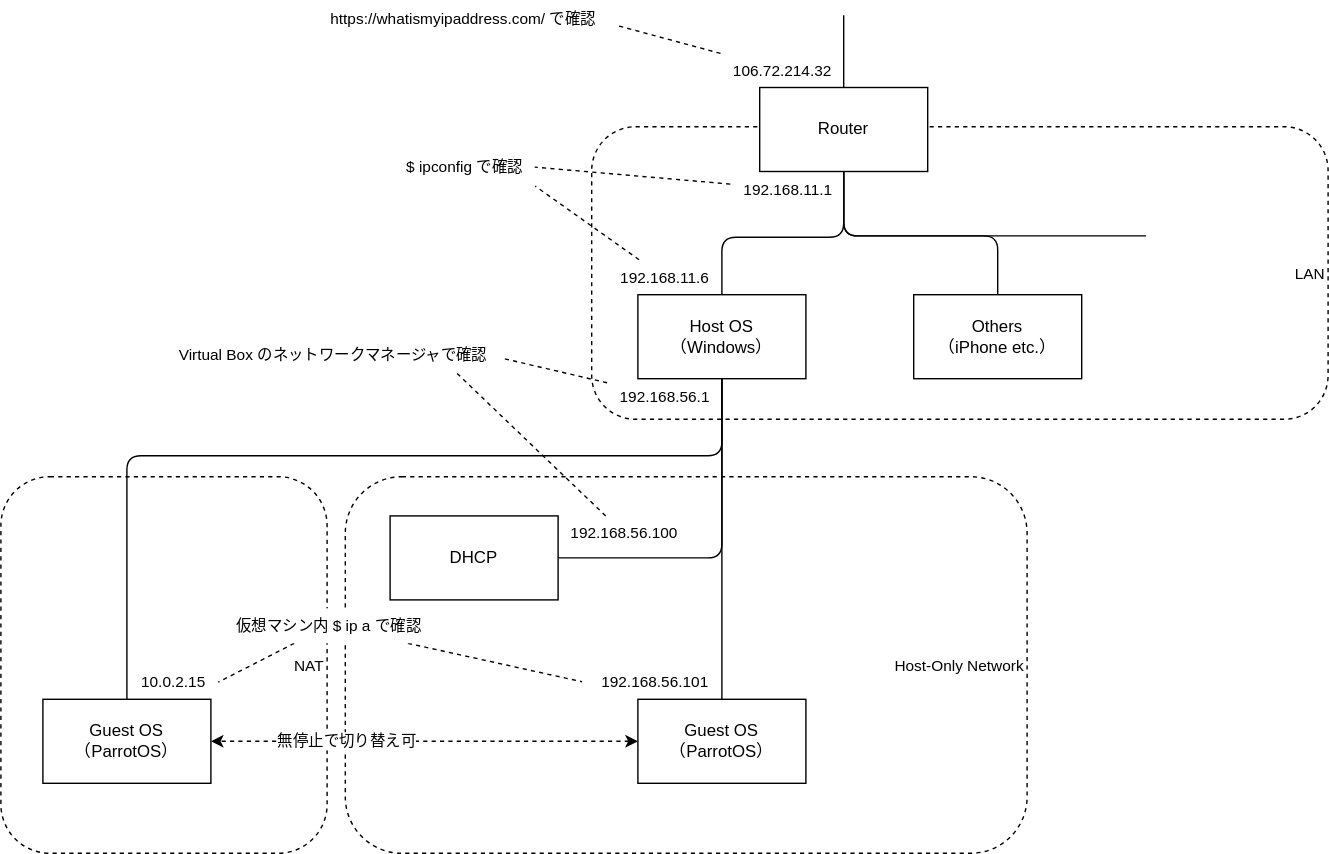
Earlier version of the draw.io export diagrams/network-of-hacking-lab.drawio.svg (SOUSUKEKUROSAWA/drawio). Source tidied: cells renumbered, new cells last; positions are measured from the earlier drawing's top-left corner, leaving out a move shared by most shapes. The source it was exported from:
```xml
<mxGraphModel>
  <root>
    <mxCell id="0" />
    <mxCell id="1" parent="0" />
    <mxCell id="2" value="NAT&amp;nbsp;" style="rounded=1;whiteSpace=wrap;html=1;fontSize=11;fontColor=#000000;fillColor=none;dashed=1;align=right;" parent="1" vertex="1">
      <mxGeometry y="340" width="233" height="269" as="geometry" />
    </mxCell>
    <mxCell id="3" value="Host-Only Network&amp;nbsp;" style="rounded=1;whiteSpace=wrap;html=1;fontSize=11;fontColor=#000000;fillColor=none;dashed=1;align=right;" parent="1" vertex="1">
      <mxGeometry x="246" y="340" width="487" height="269" as="geometry" />
    </mxCell>
    <mxCell id="4" value="LAN&amp;nbsp;" style="rounded=1;whiteSpace=wrap;html=1;fontSize=11;fontColor=#000000;fillColor=none;dashed=1;align=right;" parent="1" vertex="1">
      <mxGeometry x="422" y="90" width="526" height="209" as="geometry" />
    </mxCell>
    <mxCell id="5" style="edgeStyle=none;html=1;endArrow=none;endFill=0;" parent="1" edge="1" source="9">
      <mxGeometry relative="1" as="geometry">
        <mxPoint x="602" y="10.4" as="targetPoint" />
      </mxGeometry>
    </mxCell>
    <mxCell id="6" style="edgeStyle=none;html=1;entryX=0.5;entryY=0;entryDx=0;entryDy=0;fontSize=11;fontColor=#000000;endArrow=none;endFill=0;" parent="1" edge="1" source="9" target="15">
      <mxGeometry relative="1" as="geometry">
        <Array as="points">
          <mxPoint x="602" y="169" />
          <mxPoint x="515" y="169" />
        </Array>
      </mxGeometry>
    </mxCell>
    <mxCell id="7" style="edgeStyle=none;html=1;entryX=0.5;entryY=0;entryDx=0;entryDy=0;fontSize=11;fontColor=#000000;endArrow=none;endFill=0;" parent="1" edge="1" source="9" target="16">
      <mxGeometry relative="1" as="geometry">
        <Array as="points">
          <mxPoint x="602" y="168" />
          <mxPoint x="712" y="168" />
        </Array>
      </mxGeometry>
    </mxCell>
    <mxCell id="8" style="edgeStyle=none;html=1;fontSize=11;fontColor=#000000;endArrow=none;endFill=0;" parent="1" edge="1" source="9">
      <mxGeometry relative="1" as="geometry">
        <mxPoint x="818" y="168" as="targetPoint" />
        <Array as="points">
          <mxPoint x="602" y="168" />
        </Array>
      </mxGeometry>
    </mxCell>
    <mxCell id="9" value="Router" style="rounded=0;whiteSpace=wrap;html=1;" parent="1" vertex="1">
      <mxGeometry x="542" y="62" width="120" height="60" as="geometry" />
    </mxCell>
    <mxCell id="10" style="edgeStyle=none;html=1;entryX=1.036;entryY=0.713;entryDx=0;entryDy=0;entryPerimeter=0;fontSize=11;fontColor=#000000;endArrow=none;endFill=0;dashed=1;" parent="1" edge="1" source="11" target="29">
      <mxGeometry relative="1" as="geometry" />
    </mxCell>
    <mxCell id="11" value="106.72.214.32" style="text;html=1;align=center;verticalAlign=middle;points=[];strokeColor=none;fillColor=none;fontSize=11;fontColor=#000000;" parent="1" vertex="1">
      <mxGeometry x="514" y="37" width="88" height="25" as="geometry" />
    </mxCell>
    <mxCell id="12" style="edgeStyle=none;html=1;entryX=1;entryY=0.5;entryDx=0;entryDy=0;fontSize=11;fontColor=#000000;endArrow=none;endFill=0;" parent="1" edge="1" source="15" target="23">
      <mxGeometry relative="1" as="geometry">
        <Array as="points">
          <mxPoint x="515" y="398" />
        </Array>
      </mxGeometry>
    </mxCell>
    <mxCell id="13" style="edgeStyle=none;html=1;entryX=0.5;entryY=0;entryDx=0;entryDy=0;fontSize=11;fontColor=#000000;endArrow=none;endFill=0;" parent="1" edge="1" source="15" target="28">
      <mxGeometry relative="1" as="geometry" />
    </mxCell>
    <mxCell id="14" style="edgeStyle=none;html=1;entryX=0.5;entryY=0;entryDx=0;entryDy=0;fontSize=11;fontColor=#000000;startArrow=none;startFill=0;endArrow=none;endFill=0;" parent="1" edge="1" source="15" target="36">
      <mxGeometry relative="1" as="geometry">
        <Array as="points">
          <mxPoint x="515" y="325" />
          <mxPoint x="90" y="325" />
        </Array>
      </mxGeometry>
    </mxCell>
    <mxCell id="15" value="Host OS&lt;br&gt;（Windows）" style="rounded=0;whiteSpace=wrap;html=1;" parent="1" vertex="1">
      <mxGeometry x="455" y="210" width="120" height="60" as="geometry" />
    </mxCell>
    <mxCell id="16" value="Others&lt;br&gt;（iPhone etc.）" style="rounded=0;whiteSpace=wrap;html=1;" parent="1" vertex="1">
      <mxGeometry x="652" y="210" width="120" height="60" as="geometry" />
    </mxCell>
    <mxCell id="17" style="edgeStyle=none;html=1;entryX=1.003;entryY=0.515;entryDx=0;entryDy=0;entryPerimeter=0;dashed=1;fontSize=11;fontColor=#000000;endArrow=none;endFill=0;" parent="1" edge="1" source="18" target="30">
      <mxGeometry relative="1" as="geometry" />
    </mxCell>
    <mxCell id="18" value="192.168.11.1" style="text;html=1;align=center;verticalAlign=middle;points=[];strokeColor=none;fillColor=none;fontSize=11;fontColor=#000000;" parent="1" vertex="1">
      <mxGeometry x="521" y="122" width="81" height="25" as="geometry" />
    </mxCell>
    <mxCell id="19" style="edgeStyle=none;html=1;entryX=1.007;entryY=1.059;entryDx=0;entryDy=0;entryPerimeter=0;dashed=1;fontSize=11;fontColor=#000000;endArrow=none;endFill=0;" parent="1" edge="1" source="20" target="30">
      <mxGeometry relative="1" as="geometry" />
    </mxCell>
    <mxCell id="20" value="192.168.11.6" style="text;html=1;align=center;verticalAlign=middle;points=[];strokeColor=none;fillColor=none;fontSize=11;fontColor=#000000;" parent="1" vertex="1">
      <mxGeometry x="433" y="185" width="81" height="25" as="geometry" />
    </mxCell>
    <mxCell id="21" style="edgeStyle=none;html=1;entryX=1.008;entryY=0.614;entryDx=0;entryDy=0;entryPerimeter=0;dashed=1;fontSize=11;fontColor=#000000;endArrow=none;endFill=0;" parent="1" edge="1" source="22" target="31">
      <mxGeometry relative="1" as="geometry" />
    </mxCell>
    <mxCell id="22" value="192.168.56.1" style="text;html=1;align=center;verticalAlign=middle;points=[];strokeColor=none;fillColor=none;fontSize=11;fontColor=#000000;" parent="1" vertex="1">
      <mxGeometry x="433" y="270" width="82" height="25" as="geometry" />
    </mxCell>
    <mxCell id="23" value="DHCP" style="rounded=0;whiteSpace=wrap;html=1;" parent="1" vertex="1">
      <mxGeometry x="278" y="368" width="120" height="60" as="geometry" />
    </mxCell>
    <mxCell id="24" style="edgeStyle=none;html=1;entryX=0.87;entryY=1.013;entryDx=0;entryDy=0;entryPerimeter=0;dashed=1;fontSize=11;fontColor=#000000;endArrow=none;endFill=0;" parent="1" edge="1" source="25" target="31">
      <mxGeometry relative="1" as="geometry" />
    </mxCell>
    <mxCell id="25" value="192.168.56.100" style="text;html=1;align=center;verticalAlign=middle;points=[];strokeColor=none;fillColor=none;fontSize=11;fontColor=#000000;" parent="1" vertex="1">
      <mxGeometry x="398" y="368" width="94" height="25" as="geometry" />
    </mxCell>
    <mxCell id="26" style="edgeStyle=none;html=1;entryX=1;entryY=0.5;entryDx=0;entryDy=0;dashed=1;fontSize=11;fontColor=#000000;endArrow=classic;endFill=1;startArrow=classic;startFill=1;" parent="1" edge="1" source="28" target="36">
      <mxGeometry relative="1" as="geometry" />
    </mxCell>
    <mxCell id="27" value="無停止で切り替え可" style="edgeLabel;html=1;align=center;verticalAlign=middle;fontSize=11;fontColor=#000000;" parent="26" vertex="1">
      <mxGeometry x="-0.08" y="-4" relative="1" as="geometry">
        <mxPoint x="-68" y="4" as="offset" />
      </mxGeometry>
    </mxCell>
    <mxCell id="28" value="Guest OS&lt;br&gt;（ParrotOS）" style="rounded=0;whiteSpace=wrap;html=1;" parent="1" vertex="1">
      <mxGeometry x="455" y="499" width="120" height="60" as="geometry" />
    </mxCell>
    <mxCell id="29" value="https://whatismyipaddress.com/ で確認" style="text;html=1;align=center;verticalAlign=middle;points=[];strokeColor=none;fillColor=none;fontSize=11;fontColor=#000000;" parent="1" vertex="1">
      <mxGeometry x="226" width="207" height="25" as="geometry" />
    </mxCell>
    <mxCell id="30" value="$ ipconfig で確認" style="text;html=1;align=center;verticalAlign=middle;points=[];strokeColor=none;fillColor=none;fontSize=11;fontColor=#000000;" parent="1" vertex="1">
      <mxGeometry x="280" y="106" width="101" height="25" as="geometry" />
    </mxCell>
    <mxCell id="31" value="Virtual Box のネットワークマネージャで確認" style="text;html=1;align=center;verticalAlign=middle;points=[];strokeColor=none;fillColor=none;fontSize=11;fontColor=#000000;" parent="1" vertex="1">
      <mxGeometry x="117" y="240" width="239" height="25" as="geometry" />
    </mxCell>
    <mxCell id="32" value="192.168.56.101" style="text;html=1;align=center;verticalAlign=middle;points=[];strokeColor=none;fillColor=none;fontSize=11;fontColor=#000000;" parent="1" vertex="1">
      <mxGeometry x="420" y="474" width="94" height="25" as="geometry" />
    </mxCell>
    <mxCell id="33" style="edgeStyle=none;html=1;entryX=-0.052;entryY=0.498;entryDx=0;entryDy=0;entryPerimeter=0;dashed=1;fontSize=11;fontColor=#000000;endArrow=none;endFill=0;" parent="1" edge="1" source="35" target="32">
      <mxGeometry relative="1" as="geometry" />
    </mxCell>
    <mxCell id="34" style="edgeStyle=none;html=1;entryX=1.004;entryY=0.511;entryDx=0;entryDy=0;entryPerimeter=0;fontSize=11;fontColor=#000000;startArrow=none;startFill=0;endArrow=none;endFill=0;dashed=1;" parent="1" edge="1" source="35" target="37">
      <mxGeometry relative="1" as="geometry" />
    </mxCell>
    <mxCell id="35" value="仮想マシン内 $ ip a で確認" style="text;html=1;align=center;verticalAlign=middle;points=[];strokeColor=none;fillColor=default;fontSize=11;fontColor=#000000;" parent="1" vertex="1">
      <mxGeometry x="159" y="434" width="150" height="25" as="geometry" />
    </mxCell>
    <mxCell id="36" value="Guest OS&lt;br&gt;（ParrotOS）" style="rounded=0;whiteSpace=wrap;html=1;" parent="1" vertex="1">
      <mxGeometry x="30" y="499" width="120" height="60" as="geometry" />
    </mxCell>
    <mxCell id="37" value="10.0.2.15" style="text;html=1;align=center;verticalAlign=middle;points=[];strokeColor=none;fillColor=none;fontSize=11;fontColor=#000000;" parent="1" vertex="1">
      <mxGeometry x="91" y="474" width="64" height="25" as="geometry" />
    </mxCell>
  </root>
</mxGraphModel>
```
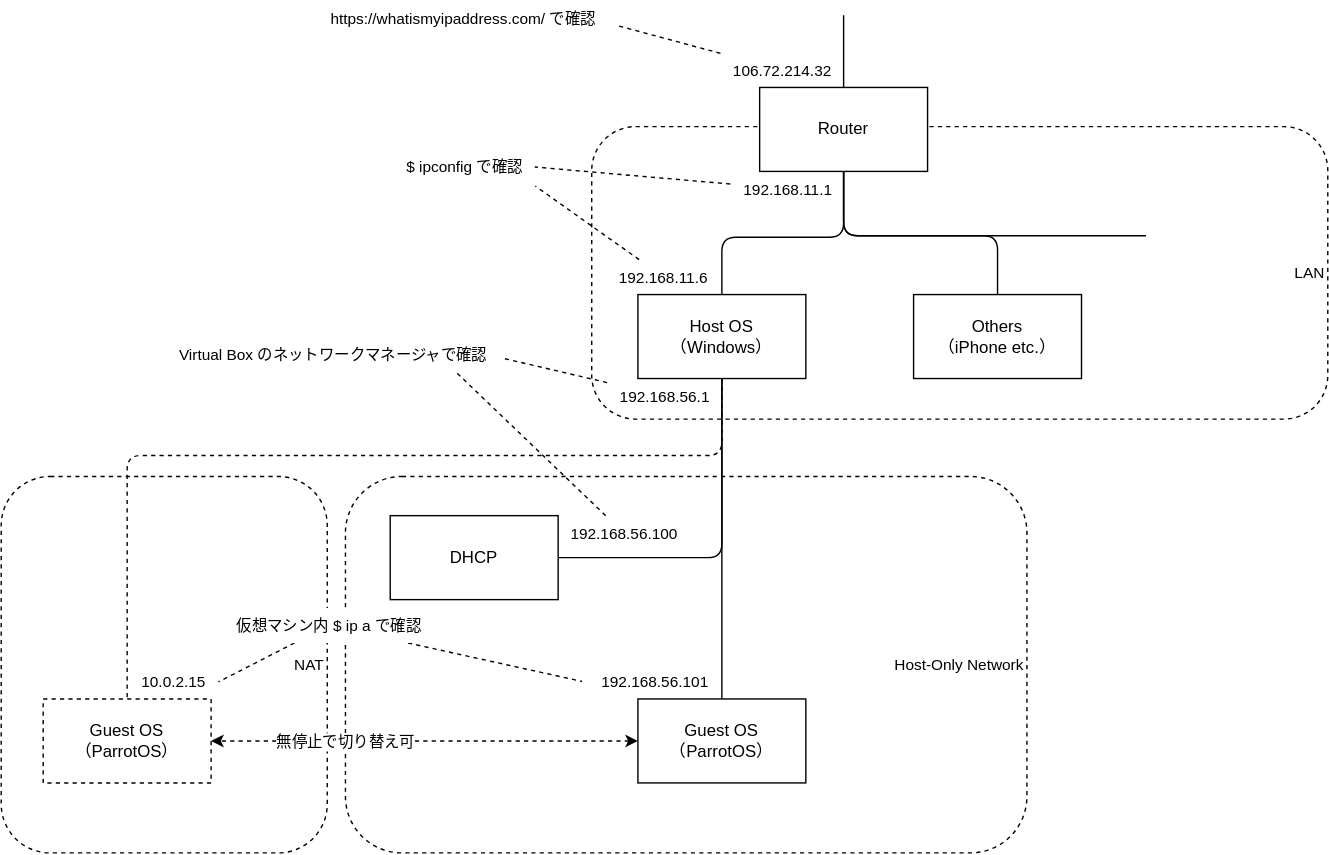
After the commit.

Change to the diagram source:
```diff
@@ -59,7 +59,7 @@
     <mxCell id="13" style="edgeStyle=none;html=1;entryX=0.5;entryY=0;entryDx=0;entryDy=0;fontSize=11;fontColor=#000000;endArrow=none;endFill=0;" parent="1" edge="1" source="15" target="28">
       <mxGeometry relative="1" as="geometry" />
     </mxCell>
-    <mxCell id="14" style="edgeStyle=none;html=1;entryX=0.5;entryY=0;entryDx=0;entryDy=0;fontSize=11;fontColor=#000000;startArrow=none;startFill=0;endArrow=none;endFill=0;" parent="1" edge="1" source="15" target="36">
+    <mxCell id="14" style="edgeStyle=none;html=1;entryX=0.5;entryY=0;entryDx=0;entryDy=0;fontSize=11;fontColor=#000000;startArrow=none;startFill=0;endArrow=none;endFill=0;dashed=1;" parent="1" edge="1" source="15" target="36">
       <mxGeometry relative="1" as="geometry">
         <Array as="points">
           <mxPoint x="515" y="325" />
@@ -132,7 +132,7 @@
     <mxCell id="35" value="仮想マシン内 $ ip a で確認" style="text;html=1;align=center;verticalAlign=middle;points=[];strokeColor=none;fillColor=default;fontSize=11;fontColor=#000000;" parent="1" vertex="1">
       <mxGeometry x="159" y="434" width="150" height="25" as="geometry" />
     </mxCell>
-    <mxCell id="36" value="Guest OS&lt;br&gt;（ParrotOS）" style="rounded=0;whiteSpace=wrap;html=1;" parent="1" vertex="1">
+    <mxCell id="36" value="Guest OS&lt;br&gt;（ParrotOS）" style="rounded=0;whiteSpace=wrap;html=1;dashed=1;" parent="1" vertex="1">
       <mxGeometry x="30" y="499" width="120" height="60" as="geometry" />
     </mxCell>
     <mxCell id="37" value="10.0.2.15" style="text;html=1;align=center;verticalAlign=middle;points=[];strokeColor=none;fillColor=none;fontSize=11;fontColor=#000000;" parent="1" vertex="1">
```
